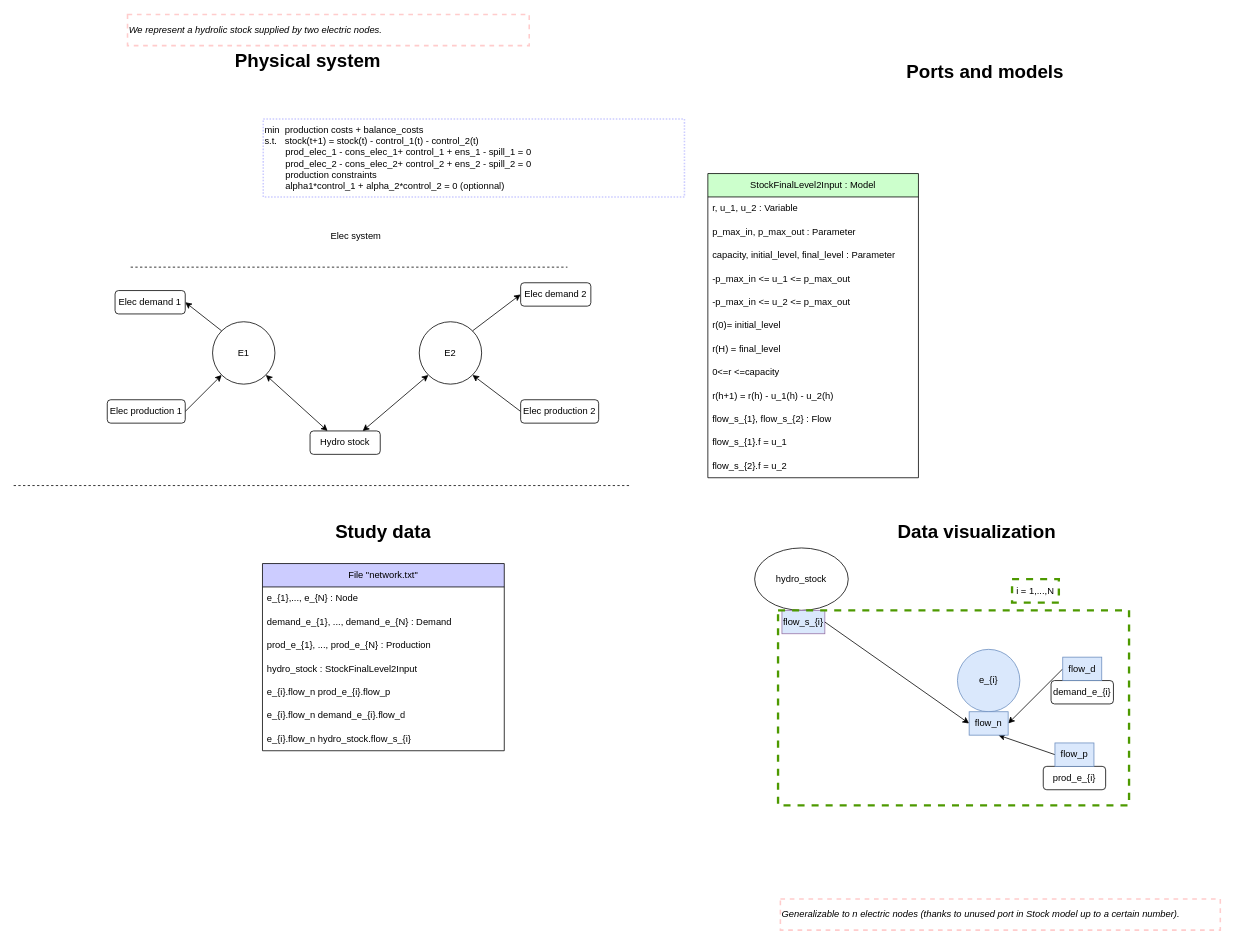
The draw.io diagram page "unique_model" (1 of 3) of models-design/systems/stock_hydro_2_input.drawio in AntaresSimulatorTeam/andromede-modeling-prototype, before the edit. Source tidied: cells renumbered, new cells numbered last; positions are measured from the earlier drawing's top-left corner, leaving out a move shared by most shapes. Both pictures are drawn from the tidied source at 78%, with x=0, y=0 at pixel (13, 14).
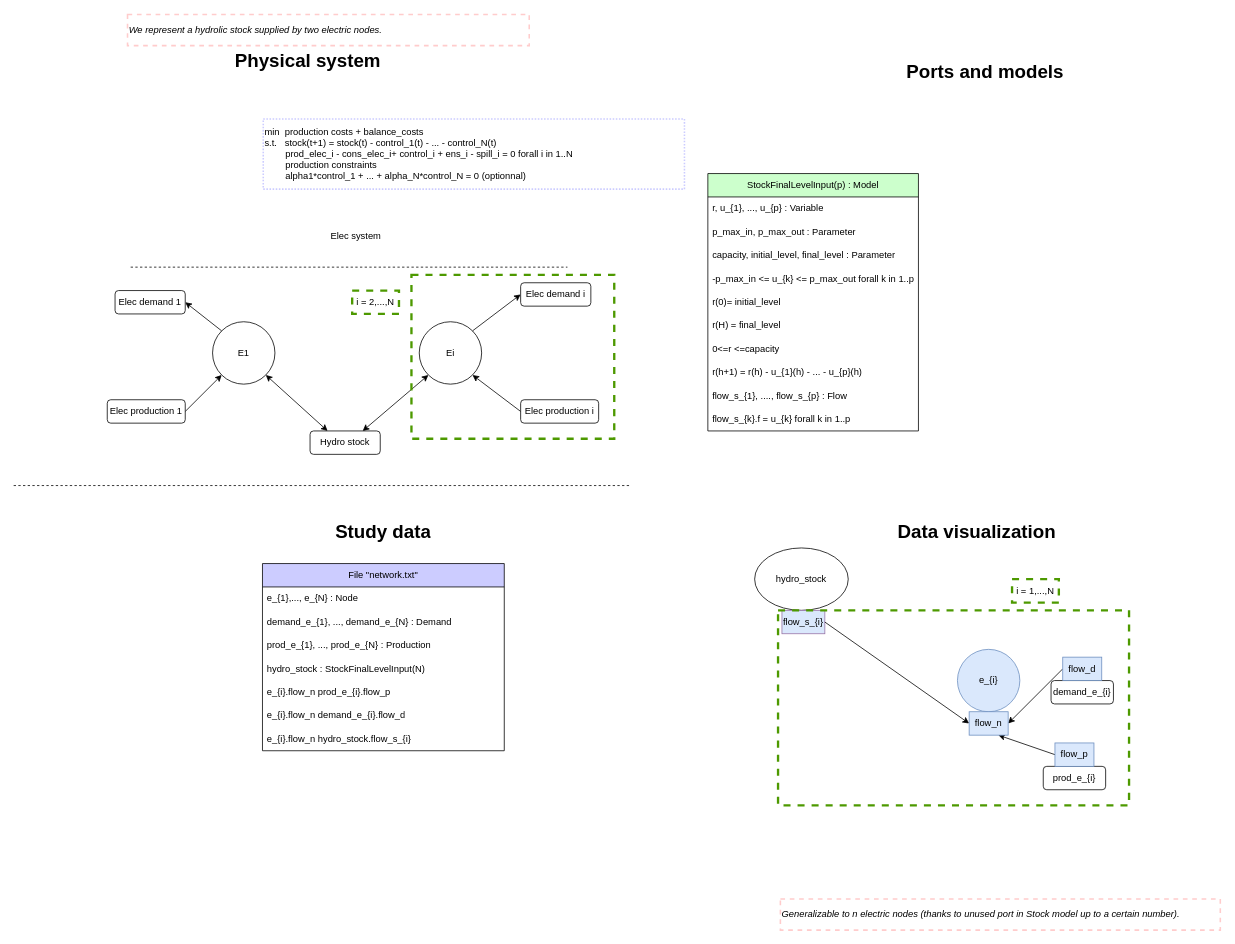
After the change.

The change refers to these unchanged cells:
```xml
<mxCell id="7" value="File &quot;network.txt&quot;" style="swimlane;fontStyle=0;horizontal=1;startSize=30;whiteSpace=wrap;html=1;fillColor=#CCCCFF;" parent="6" vertex="1">
  <mxGeometry x="220" y="60" width="310" height="240" as="geometry" />
</mxCell>
```

What changed in the source:
```diff
@@
-    <mxCell id="11" value="hydro_stock : StockFinalLevel2Input" style="text;strokeColor=none;fillColor=none;align=left;verticalAlign=middle;spacingLeft=4;spacingRight=4;overflow=hidden;whiteSpace=wrap;html=1;" parent="7" vertex="1">
+    <mxCell id="11" value="hydro_stock : StockFinalLevelInput(N)" style="text;strokeColor=none;fillColor=none;align=left;verticalAlign=middle;spacingLeft=4;spacingRight=4;overflow=hidden;whiteSpace=wrap;html=1;" parent="7" vertex="1">
       <mxGeometry y="120" width="310" height="30" as="geometry" />
     </mxCell>
@@
-    <mxCell id="24" value="StockFinalLevel2Input : Model" style="swimlane;fontStyle=0;horizontal=1;startSize=30;whiteSpace=wrap;html=1;fillColor=#CCFFCC;fontColor=#000000;" parent="1" vertex="1">
-      <mxGeometry x="890" y="204" width="270" height="390" as="geometry" />
+    <mxCell id="24" value="StockFinalLevelInput(p) : Model" style="swimlane;fontStyle=0;horizontal=1;startSize=30;whiteSpace=wrap;html=1;fillColor=#CCFFCC;fontColor=#000000;" parent="1" vertex="1">
+      <mxGeometry x="890" y="204" width="270" height="330" as="geometry" />
     </mxCell>
-    <mxCell id="25" value="r, u_1, u_2 : Variable" style="text;strokeColor=none;fillColor=none;align=left;verticalAlign=middle;spacingLeft=4;spacingRight=4;overflow=hidden;whiteSpace=wrap;html=1;" parent="24" vertex="1">
+    <mxCell id="25" value="r, u_{1}, ..., u_{p} : Variable" style="text;strokeColor=none;fillColor=none;align=left;verticalAlign=middle;spacingLeft=4;spacingRight=4;overflow=hidden;whiteSpace=wrap;html=1;" parent="24" vertex="1">
       <mxGeometry y="30" width="270" height="30" as="geometry" />
     </mxCell>
@@
-    <mxCell id="28" value="-p_max_in &amp;lt;= u_1 &amp;lt;= p_max_out" style="text;strokeColor=none;fillColor=none;align=left;verticalAlign=middle;spacingLeft=4;spacingRight=4;overflow=hidden;whiteSpace=wrap;html=1;" parent="24" vertex="1">
+    <mxCell id="28" value="-p_max_in &amp;lt;= u_{k} &amp;lt;= p_max_out forall k in 1..p" style="text;strokeColor=none;fillColor=none;align=left;verticalAlign=middle;spacingLeft=4;spacingRight=4;overflow=hidden;whiteSpace=wrap;html=1;" parent="24" vertex="1">
       <mxGeometry y="120" width="270" height="30" as="geometry" />
     </mxCell>
-    <mxCell id="29" value="-p_max_in &amp;lt;= u_2 &amp;lt;= p_max_out" style="text;strokeColor=none;fillColor=none;align=left;verticalAlign=middle;spacingLeft=4;spacingRight=4;overflow=hidden;whiteSpace=wrap;html=1;" parent="24" vertex="1">
-      <mxGeometry y="150" width="270" height="30" as="geometry" />
-    </mxCell>
     <mxCell id="30" value="r(0)= initial_level" style="text;strokeColor=none;fillColor=none;align=left;verticalAlign=middle;spacingLeft=4;spacingRight=4;overflow=hidden;whiteSpace=wrap;html=1;" parent="24" vertex="1">
-      <mxGeometry y="180" width="270" height="30" as="geometry" />
+      <mxGeometry y="150" width="270" height="30" as="geometry" />
     </mxCell>
     <mxCell id="31" value="r(H) = final_level" style="text;strokeColor=none;fillColor=none;align=left;verticalAlign=middle;spacingLeft=4;spacingRight=4;overflow=hidden;whiteSpace=wrap;html=1;" parent="24" vertex="1">
-      <mxGeometry y="210" width="270" height="30" as="geometry" />
+      <mxGeometry y="180" width="270" height="30" as="geometry" />
     </mxCell>
     <mxCell id="32" value="0&amp;lt;=r &amp;lt;=capacity" style="text;strokeColor=none;fillColor=none;align=left;verticalAlign=middle;spacingLeft=4;spacingRight=4;overflow=hidden;whiteSpace=wrap;html=1;" parent="24" vertex="1">
-      <mxGeometry y="240" width="270" height="30" as="geometry" />
+      <mxGeometry y="210" width="270" height="30" as="geometry" />
     </mxCell>
-    <mxCell id="33" value="r(h+1) = r(h) - u_1(h) - u_2(h)" style="text;strokeColor=none;fillColor=none;align=left;verticalAlign=middle;spacingLeft=4;spacingRight=4;overflow=hidden;whiteSpace=wrap;html=1;" parent="24" vertex="1">
-      <mxGeometry y="270" width="270" height="30" as="geometry" />
+    <mxCell id="33" value="r(h+1) = r(h) - u_{1}(h) - ... - u_{p}(h)" style="text;strokeColor=none;fillColor=none;align=left;verticalAlign=middle;spacingLeft=4;spacingRight=4;overflow=hidden;whiteSpace=wrap;html=1;" parent="24" vertex="1">
+      <mxGeometry y="240" width="270" height="30" as="geometry" />
     </mxCell>
-    <mxCell id="34" value="flow_s_{1}, flow_s_{2} : Flow" style="text;strokeColor=none;fillColor=none;align=left;verticalAlign=middle;spacingLeft=4;spacingRight=4;overflow=hidden;whiteSpace=wrap;html=1;" parent="24" vertex="1">
-      <mxGeometry y="300" width="270" height="30" as="geometry" />
+    <mxCell id="34" value="flow_s_{1}, ...., flow_s_{p} : Flow" style="text;strokeColor=none;fillColor=none;align=left;verticalAlign=middle;spacingLeft=4;spacingRight=4;overflow=hidden;whiteSpace=wrap;html=1;" parent="24" vertex="1">
+      <mxGeometry y="270" width="270" height="30" as="geometry" />
     </mxCell>
-    <mxCell id="35" value="flow_s_{1}.f = u_1" style="text;strokeColor=none;fillColor=none;align=left;verticalAlign=middle;spacingLeft=4;spacingRight=4;overflow=hidden;whiteSpace=wrap;html=1;" parent="24" vertex="1">
-      <mxGeometry y="330" width="270" height="30" as="geometry" />
-    </mxCell>
-    <mxCell id="36" value="flow_s_{2}.f = u_2" style="text;strokeColor=none;fillColor=none;align=left;verticalAlign=middle;spacingLeft=4;spacingRight=4;overflow=hidden;whiteSpace=wrap;html=1;" parent="24" vertex="1">
-      <mxGeometry y="360" width="270" height="30" as="geometry" />
+    <mxCell id="36" value="flow_s_{k}.f = u_{k} forall k in 1..p" style="text;strokeColor=none;fillColor=none;align=left;verticalAlign=middle;spacingLeft=4;spacingRight=4;overflow=hidden;whiteSpace=wrap;html=1;" parent="24" vertex="1">
+      <mxGeometry y="300" width="270" height="30" as="geometry" />
     </mxCell>
@@
-    <mxCell id="38" value="min&amp;nbsp;&amp;nbsp;&lt;span style=&quot;&quot;&gt;&lt;/span&gt;production costs + balance_costs&lt;br&gt;s.t.&amp;nbsp;&lt;span style=&quot;&quot;&gt;&amp;nbsp; s&lt;/span&gt;tock(t+1) = stock(t) - control_1(t) - control_2(t)&lt;br&gt;&lt;span style=&quot;&quot;&gt;&#9;&lt;/span&gt;&lt;span style=&quot;white-space: pre;&quot;&gt;&#9;&lt;/span&gt;prod_elec_1 - cons_elec_1+ control_1 + ens_1 - spill_1 = 0&lt;br&gt;&lt;span style=&quot;white-space: pre;&quot;&gt;&#9;&lt;/span&gt;prod_elec_2 -&amp;nbsp;cons_elec_2+ control_2 + ens_2 - spill_2 = 0&amp;nbsp;&amp;nbsp;&lt;br&gt;&lt;span style=&quot;&quot;&gt;&#9;&lt;/span&gt;&lt;span style=&quot;&quot;&gt;&#9;&lt;/span&gt;&lt;span style=&quot;&quot;&gt;&#9;&lt;/span&gt;&lt;span style=&quot;white-space: pre;&quot;&gt;&#9;&lt;/span&gt;production constraints&lt;br&gt;&lt;span style=&quot;white-space: pre;&quot;&gt;&#9;&lt;/span&gt;alpha1*control_1 + alpha_2*control_2 = 0 (optionnal)" style="text;html=1;strokeColor=#CCCCFF;fillColor=none;align=left;verticalAlign=middle;whiteSpace=wrap;rounded=0;dashed=1;dashPattern=1 1;strokeWidth=2;" parent="1" vertex="1">
-      <mxGeometry x="320" y="134" width="540" height="100" as="geometry" />
+    <mxCell id="38" value="min&amp;nbsp;&amp;nbsp;&lt;span style=&quot;&quot;&gt;&lt;/span&gt;production costs + balance_costs&lt;br&gt;s.t.&amp;nbsp;&lt;span style=&quot;&quot;&gt;&amp;nbsp; s&lt;/span&gt;tock(t+1) = stock(t) - control_1(t) - ... - control_N(t)&lt;br&gt;&lt;span style=&quot;&quot;&gt;&#9;&lt;/span&gt;&lt;span style=&quot;white-space: pre;&quot;&gt;&#9;&lt;/span&gt;prod_elec_i - cons_elec_i+ control_i + ens_i - spill_i = 0 forall i in 1..N&lt;br&gt;&lt;span style=&quot;&quot;&gt;&#9;&lt;/span&gt;&lt;span style=&quot;&quot;&gt;&#9;&lt;/span&gt;&lt;span style=&quot;&quot;&gt;&#9;&lt;/span&gt;&lt;span style=&quot;white-space: pre;&quot;&gt;&#9;&lt;/span&gt;production constraints&lt;br&gt;&lt;span style=&quot;white-space: pre;&quot;&gt;&#9;&lt;/span&gt;alpha1*control_1 + ... + alpha_N*control_N = 0 (optionnal)" style="text;html=1;strokeColor=#CCCCFF;fillColor=none;align=left;verticalAlign=middle;whiteSpace=wrap;rounded=0;dashed=1;dashPattern=1 1;strokeWidth=2;" parent="1" vertex="1">
+      <mxGeometry x="320" y="134" width="540" height="90" as="geometry" />
     </mxCell>
@@
-    <mxCell id="43" value="E2" style="ellipse;whiteSpace=wrap;html=1;" parent="1" vertex="1">
+    <mxCell id="43" value="Ei" style="ellipse;whiteSpace=wrap;html=1;" parent="1" vertex="1">
       <mxGeometry x="520" y="394" width="80" height="80" as="geometry" />
     </mxCell>
@@
-    <mxCell id="49" value="Elec production 2" style="rounded=1;whiteSpace=wrap;html=1;" parent="1" vertex="1">
+    <mxCell id="49" value="Elec production i" style="rounded=1;whiteSpace=wrap;html=1;" parent="1" vertex="1">
       <mxGeometry x="650" y="494" width="100" height="30" as="geometry" />
     </mxCell>
-    <mxCell id="50" value="Elec demand 2" style="rounded=1;whiteSpace=wrap;html=1;" parent="1" vertex="1">
+    <mxCell id="50" value="Elec demand i" style="rounded=1;whiteSpace=wrap;html=1;" parent="1" vertex="1">
       <mxGeometry x="650" y="344" width="90" height="30" as="geometry" />
     </mxCell>
@@
+    <mxCell id="65" style="rounded=0;whiteSpace=wrap;html=1;fillColor=none;strokeColor=#4D9900;strokeWidth=3;dashed=1;" parent="1" vertex="1">
+      <mxGeometry x="510" y="334" width="260" height="210" as="geometry" />
+    </mxCell>
+    <mxCell id="66" value="i = 2,...,N" style="text;html=1;strokeColor=#4D9900;fillColor=none;align=center;verticalAlign=middle;whiteSpace=wrap;rounded=0;dashed=1;strokeWidth=3;" parent="1" vertex="1">
+      <mxGeometry x="434" y="354" width="60" height="30" as="geometry" />
+    </mxCell>
```
